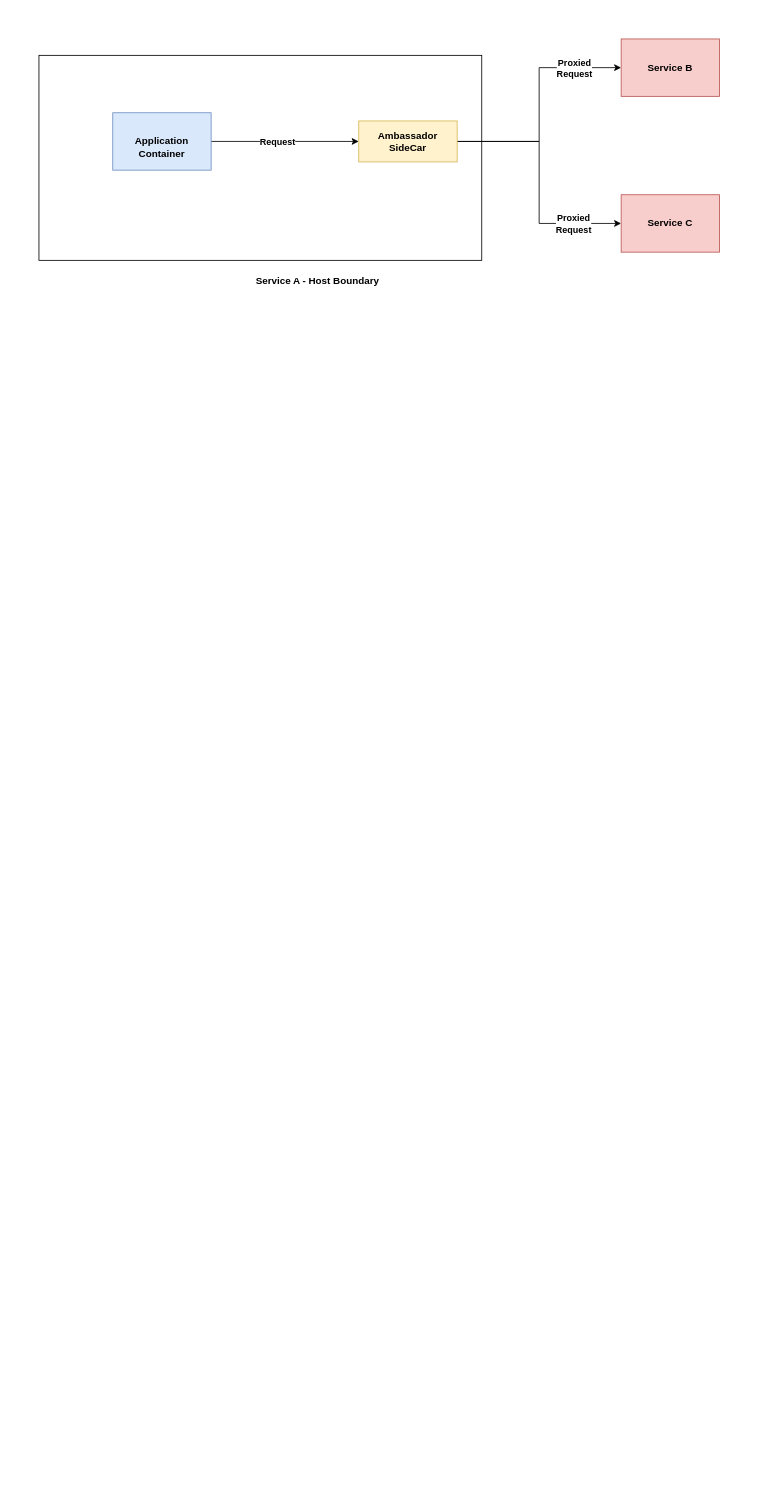
Above: ambassador/Ambassador.drawio in amit894/diagrams (draw.io), before the change. Source tidied: cells renumbered, new cells numbered last; positions are measured from the earlier drawing's top-left corner, leaving out a move shared by most shapes. Both pictures are drawn from the tidied source at 82%, with x=0, y=0 at pixel (39, 39).
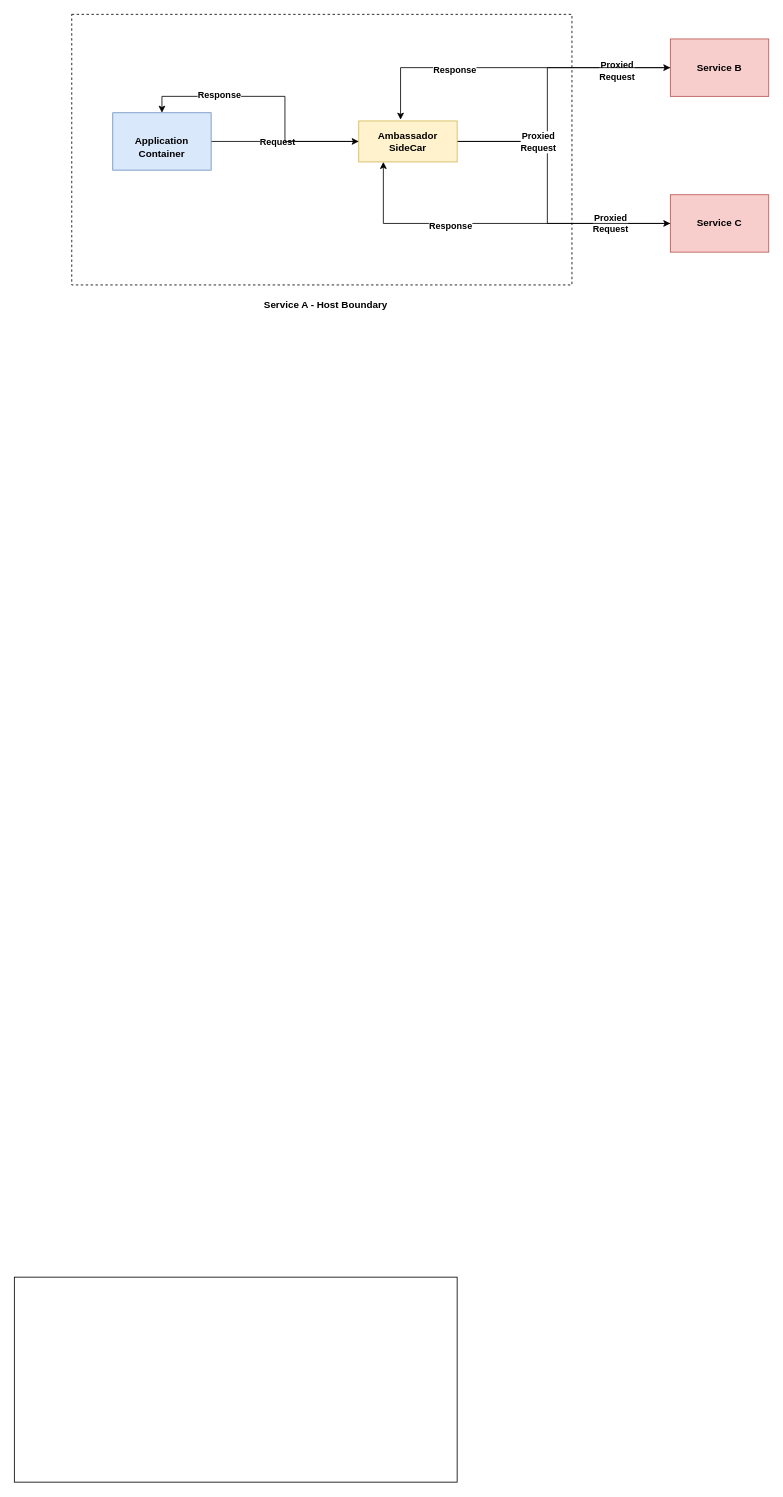
The same page after the edit.

The change refers to these unchanged cells:
```xml
<mxCell id="4" value="&lt;b&gt;&lt;br&gt;Application &lt;br&gt;Container&lt;/b&gt;" style="rounded=0;whiteSpace=wrap;html=1;fillColor=#dae8fc;strokeColor=#6c8ebf;" parent="1" vertex="1">
  <mxGeometry x="90" y="90" width="120" height="70" as="geometry" />
</mxCell>
<mxCell id="9" value="&lt;b&gt;Ambassador&lt;br&gt;SideCar&lt;/b&gt;" style="rounded=0;whiteSpace=wrap;html=1;fillColor=#fff2cc;strokeColor=#d6b656;" parent="1" vertex="1">
  <mxGeometry x="390" y="100" width="120" height="50" as="geometry" />
</mxCell>
```

The edit, as a diff of the source:
```diff
@@
     <mxCell id="5" style="edgeStyle=orthogonalEdgeStyle;rounded=0;jettySize=auto;html=1;entryX=0;entryY=0.5;entryDx=0;entryDy=0;" parent="1" edge="1" source="9" target="11">
-      <mxGeometry relative="1" as="geometry" />
+      <mxGeometry relative="1" as="geometry">
+        <Array as="points">
+          <mxPoint x="620" y="125" />
+          <mxPoint x="620" y="35" />
+        </Array>
+      </mxGeometry>
     </mxCell>
-    <mxCell id="6" value="&lt;b&gt;Proxied &lt;br&gt;Request&lt;/b&gt;" style="edgeLabel;html=1;align=center;verticalAlign=middle;" parent="5" vertex="1">
-      <mxGeometry x="0.6" relative="1" as="geometry" />
-    </mxCell>
+    <mxCell id="14" value="&lt;b&gt;Proxied&lt;br&gt;Request&lt;/b&gt;" style="edgeLabel;html=1;align=center;verticalAlign=middle;" parent="5" vertex="1">
+      <mxGeometry x="0.62" y="-2" relative="1" as="geometry">
+        <mxPoint y="1" as="offset" />
+      </mxGeometry>
+    </mxCell>
     <mxCell id="7" style="edgeStyle=orthogonalEdgeStyle;rounded=0;jettySize=auto;html=1;entryX=0;entryY=0.5;entryDx=0;entryDy=0;" parent="1" edge="1" source="9" target="12">
-      <mxGeometry relative="1" as="geometry" />
+      <mxGeometry relative="1" as="geometry">
+        <Array as="points">
+          <mxPoint x="620" y="125" />
+          <mxPoint x="620" y="225" />
+        </Array>
+      </mxGeometry>
     </mxCell>
     <mxCell id="8" value="&lt;b&gt;Proxied&lt;br&gt;Request&lt;/b&gt;" style="edgeLabel;html=1;align=center;verticalAlign=middle;" parent="7" vertex="1">
       <mxGeometry x="0.61" y="4" relative="1" as="geometry">
-        <mxPoint y="4" as="offset" />
+        <mxPoint x="-92" y="-96" as="offset" />
       </mxGeometry>
     </mxCell>
+    <mxCell id="15" value="&lt;b&gt;Proxied&lt;br&gt;Request&lt;/b&gt;" style="edgeLabel;html=1;align=center;verticalAlign=middle;" parent="7" vertex="1">
+      <mxGeometry x="0.59" y="1" relative="1" as="geometry" />
+    </mxCell>
+    <mxCell id="16" style="edgeStyle=orthogonalEdgeStyle;rounded=0;jettySize=auto;html=1;entryX=0.5;entryY=0;entryDx=0;entryDy=0;" parent="1" edge="1" source="9" target="4">
+      <mxGeometry relative="1" as="geometry" />
+    </mxCell>
+    <mxCell id="17" value="&lt;b&gt;&lt;br&gt;Response&lt;/b&gt;" style="edgeLabel;html=1;align=center;verticalAlign=middle;" parent="16" vertex="1">
+      <mxGeometry x="0.37" y="-2" relative="1" as="geometry">
+        <mxPoint x="-10" y="-8" as="offset" />
+      </mxGeometry>
+    </mxCell>
@@
     <mxCell id="10" style="rounded=0;whiteSpace=wrap;html=1;fillColor=none;" parent="1" vertex="1">
-      <mxGeometry y="20" width="540" height="250" as="geometry" />
+      <mxGeometry x="-30" y="1510" width="540" height="250" as="geometry" />
     </mxCell>
+    <mxCell id="18" style="edgeStyle=orthogonalEdgeStyle;rounded=0;jettySize=auto;html=1;entryX=0.425;entryY=-0.03;entryDx=0;entryDy=0;entryPerimeter=0;" parent="1" edge="1" source="11" target="9">
+      <mxGeometry relative="1" as="geometry" />
+    </mxCell>
+    <mxCell id="19" value="&lt;b&gt;&lt;br&gt;Response&lt;/b&gt;" style="edgeLabel;html=1;align=center;verticalAlign=middle;" parent="18" vertex="1">
+      <mxGeometry x="0.44" y="1" relative="1" as="geometry">
+        <mxPoint x="19" y="-6" as="offset" />
+      </mxGeometry>
+    </mxCell>
     <mxCell id="11" value="&lt;b&gt;Service B&lt;/b&gt;" style="rounded=0;whiteSpace=wrap;html=1;fillColor=#f8cecc;strokeColor=#b85450;" parent="1" vertex="1">
-      <mxGeometry x="710" width="120" height="70" as="geometry" />
+      <mxGeometry x="770" width="120" height="70" as="geometry" />
     </mxCell>
+    <mxCell id="20" style="edgeStyle=orthogonalEdgeStyle;rounded=0;jettySize=auto;html=1;entryX=0.25;entryY=1;entryDx=0;entryDy=0;" parent="1" edge="1" source="12" target="9">
+      <mxGeometry relative="1" as="geometry" />
+    </mxCell>
+    <mxCell id="21" value="&lt;b&gt;&lt;br&gt;Response&lt;/b&gt;" style="edgeLabel;html=1;align=center;verticalAlign=middle;" parent="20" vertex="1">
+      <mxGeometry x="0.3" relative="1" as="geometry">
+        <mxPoint x="7" y="-5" as="offset" />
+      </mxGeometry>
+    </mxCell>
     <mxCell id="12" value="&lt;b&gt;Service C&lt;/b&gt;" style="rounded=0;whiteSpace=wrap;html=1;fillColor=#f8cecc;strokeColor=#b85450;" parent="1" vertex="1">
-      <mxGeometry x="710" y="190" width="120" height="70" as="geometry" />
+      <mxGeometry x="770" y="190" width="120" height="70" as="geometry" />
     </mxCell>
     <mxCell id="13" value="&lt;b&gt;Service A - Host Boundary&lt;/b&gt;" style="text;html=1;strokeColor=none;fillColor=none;align=center;verticalAlign=middle;whiteSpace=wrap;rounded=0;" parent="1" vertex="1">
-      <mxGeometry x="260" y="280" width="160" height="30" as="geometry" />
+      <mxGeometry x="270" y="310" width="160" height="30" as="geometry" />
     </mxCell>
+    <mxCell id="22" style="rounded=0;whiteSpace=wrap;html=1;fillColor=none;dashed=1;" parent="1" vertex="1">
+      <mxGeometry x="40" y="-30" width="610" height="330" as="geometry" />
+    </mxCell>
+    <mxCell id="23" style="edgeStyle=orthogonalEdgeStyle;rounded=0;orthogonalLoop=1;jettySize=auto;html=1;exitX=0.5;exitY=1;exitDx=0;exitDy=0;" parent="1" edge="1" source="13" target="13">
+      <mxGeometry relative="1" as="geometry" />
+    </mxCell>
```
